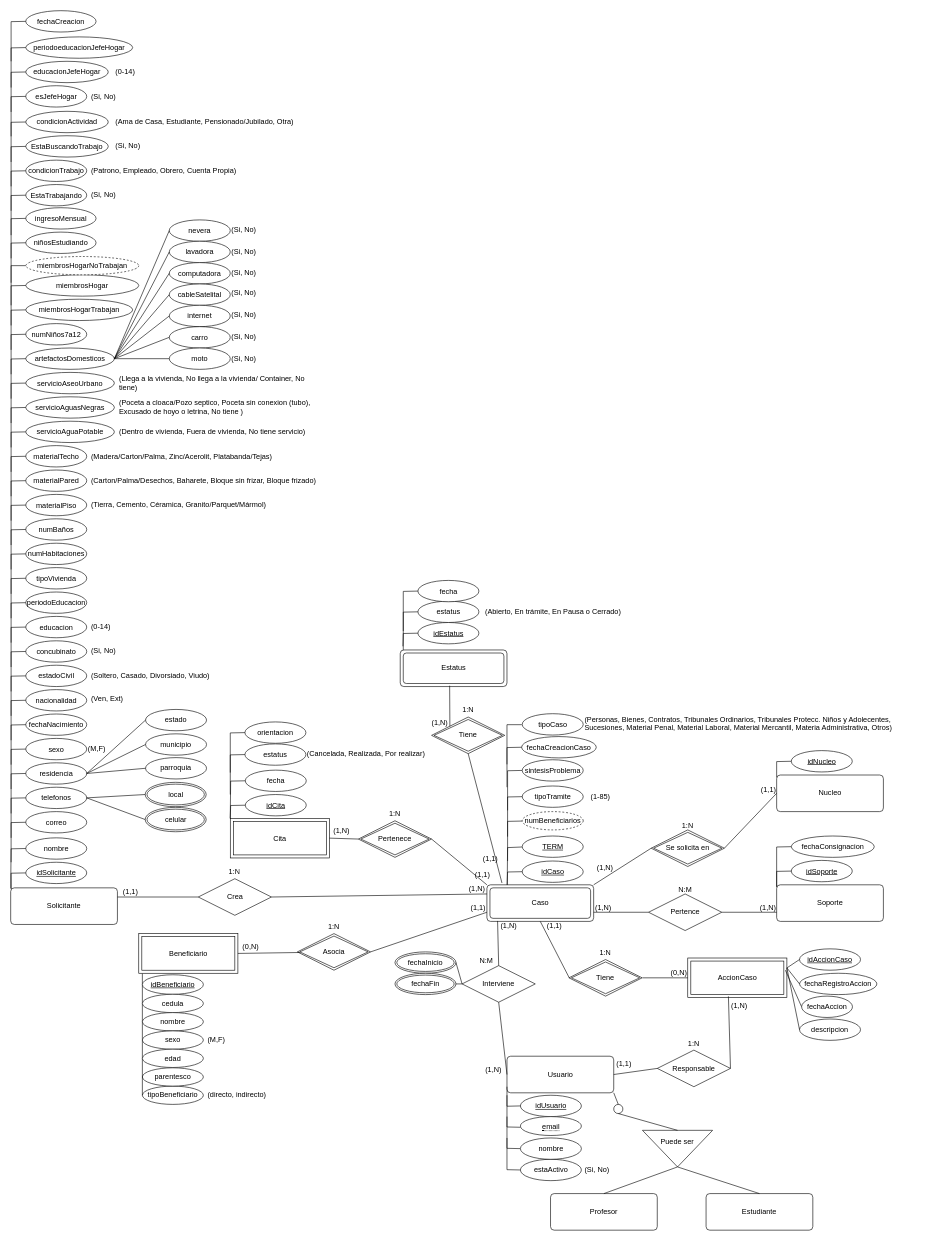
Above: page "Diagrama" (1 of 2) of doc/diagramaConceptual.drawio in DanielCarrenoMar/ClinicaJuridica-UCAB (draw.io), before the change. Source tidied: cells renumbered, new cells numbered last; positions are measured from the earlier drawing's top-left corner, leaving out a move shared by most shapes. Both pictures are drawn from the tidied source at 61%, with x=0, y=0 at pixel (10, 10).
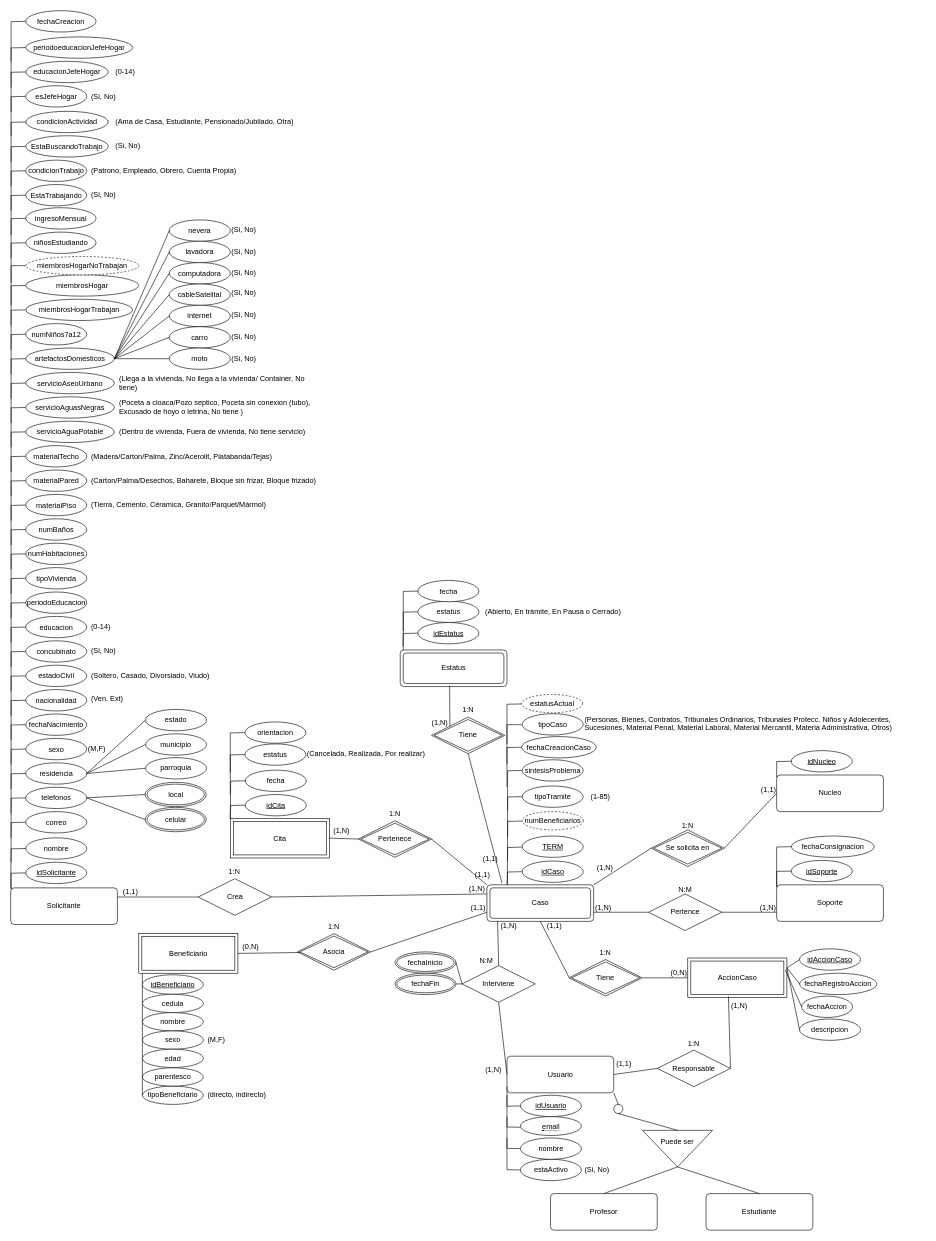
The same page after the edit.

Commit message:
feat (Diag Conceptual): Atributo derivado de estatus en caso

The edit, as a diff of the source:
```diff
@@
+    <mxCell id="273" style="endArrow=none;html=1;rounded=0;entryX=0;entryY=0.5;entryDx=0;entryDy=0;exitX=0.003;exitY=0.049;exitDx=0;exitDy=0;exitPerimeter=0;" parent="1" edge="1">
+      <mxGeometry relative="1" as="geometry">
+        <mxPoint x="813.6" y="1202" as="sourcePoint" />
+        <mxPoint x="837.6" y="1136.5" as="targetPoint" />
+        <Array as="points">
+          <mxPoint x="813.6" y="1137" />
+        </Array>
+      </mxGeometry>
+    </mxCell>
+    <mxCell id="274" value="estatusActual" style="ellipse;whiteSpace=wrap;html=1;align=center;dashed=1;" parent="1" vertex="1">
+      <mxGeometry x="837.6" y="1121" width="100" height="30" as="geometry" />
+    </mxCell>
```
